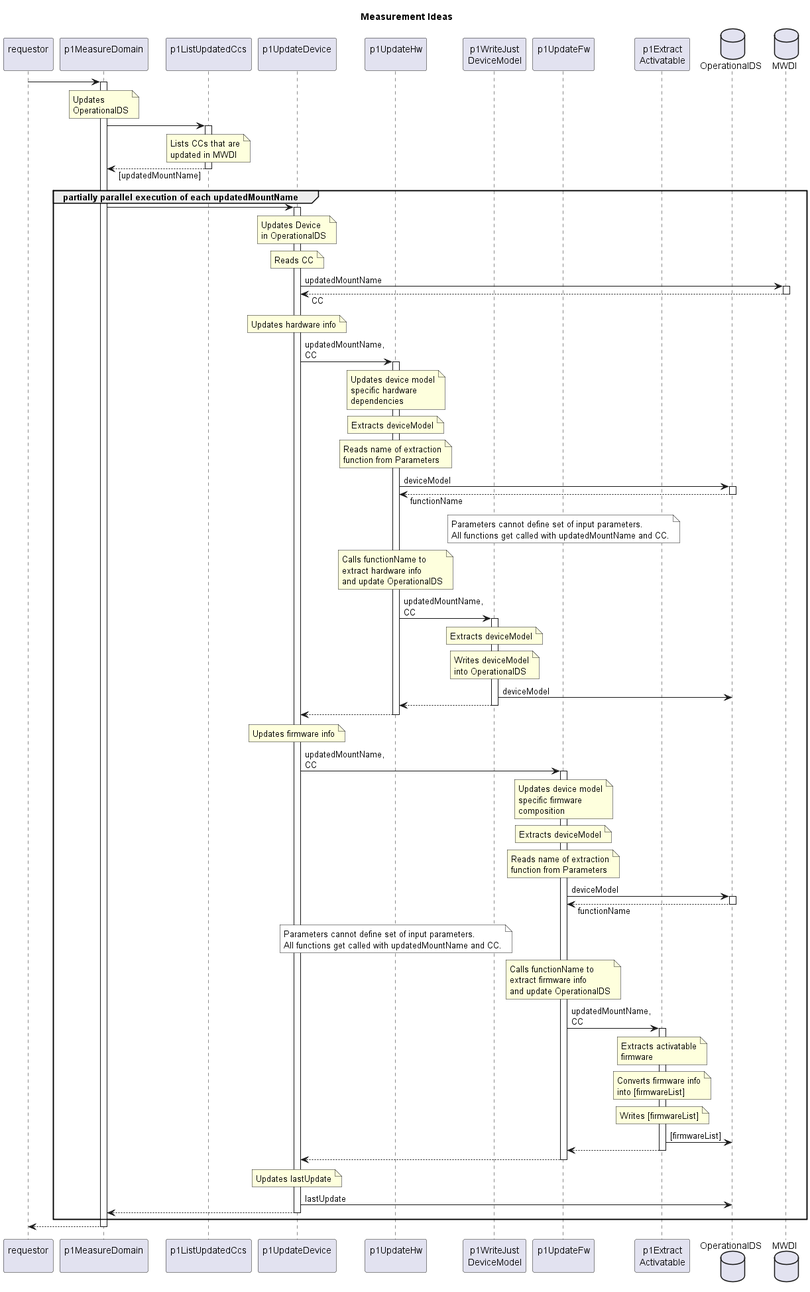
Before: spec/Functions/Measurement/measurement_ideas.png, a diagram exported from PlantUML (openBackhaul/FirmWareManager).
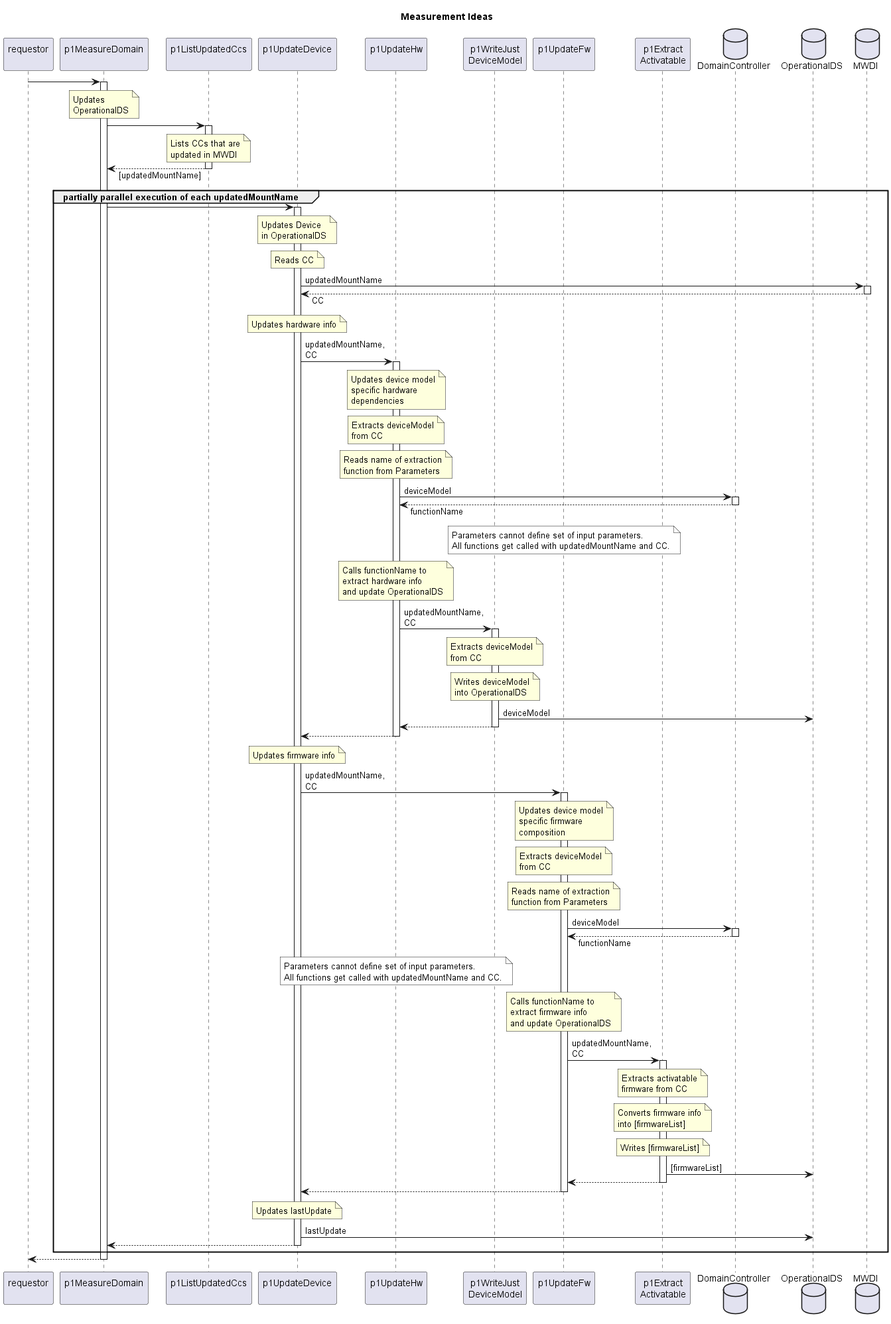
Above is the later version.

Commit message:
Add png of measurement design

Change to the diagram source:
```diff
@@ -14,6 +14,7 @@
 participant "p1UpdateFw\n" as updateFw
 participant "p1Extract\nActivatable" as extractAct
 
+database "DomainController" as DC
 database "OperationalDS" as OpDS
 database "MWDI" as Mwdi
 
@@ -62,16 +63,17 @@
 
         note over updateHw
           Extracts deviceModel
+          from CC
         end note
 
         note over updateHw
           Reads name of extraction
           function from Parameters
         end note
-        updateHw -> OpDS: deviceModel
-        activate OpDS
-        updateHw <-- OpDS: functionName
-        deactivate OpDS
+        updateHw -> DC: deviceModel
+        activate DC
+        updateHw <-- DC: functionName
+        deactivate DC
         note over updateFw #White
           Parameters cannot define set of input parameters.
           All functions get called with updatedMountName and CC.
@@ -86,6 +88,7 @@
         activate writeModel
           note over writeModel
             Extracts deviceModel
+            from CC
           end note
           note over writeModel
             Writes deviceModel
@@ -110,16 +113,17 @@
 
         note over updateFw
           Extracts deviceModel
+          from CC
         end note
 
         note over updateFw
           Reads name of extraction
           function from Parameters
         end note
-        updateFw -> OpDS: deviceModel
-        activate OpDS
-        updateFw <-- OpDS: functionName
-        deactivate OpDS
+        updateFw -> DC: deviceModel
+        activate DC
+        updateFw <-- DC: functionName
+        deactivate DC
         note over updateHw #White
           Parameters cannot define set of input parameters.
           All functions get called with updatedMountName and CC.
@@ -134,7 +138,7 @@
         activate extractAct
           note over extractAct
             Extracts activatable
-            firmware
+            firmware from CC
           end note
           note over extractAct
             Converts firmware info
```
